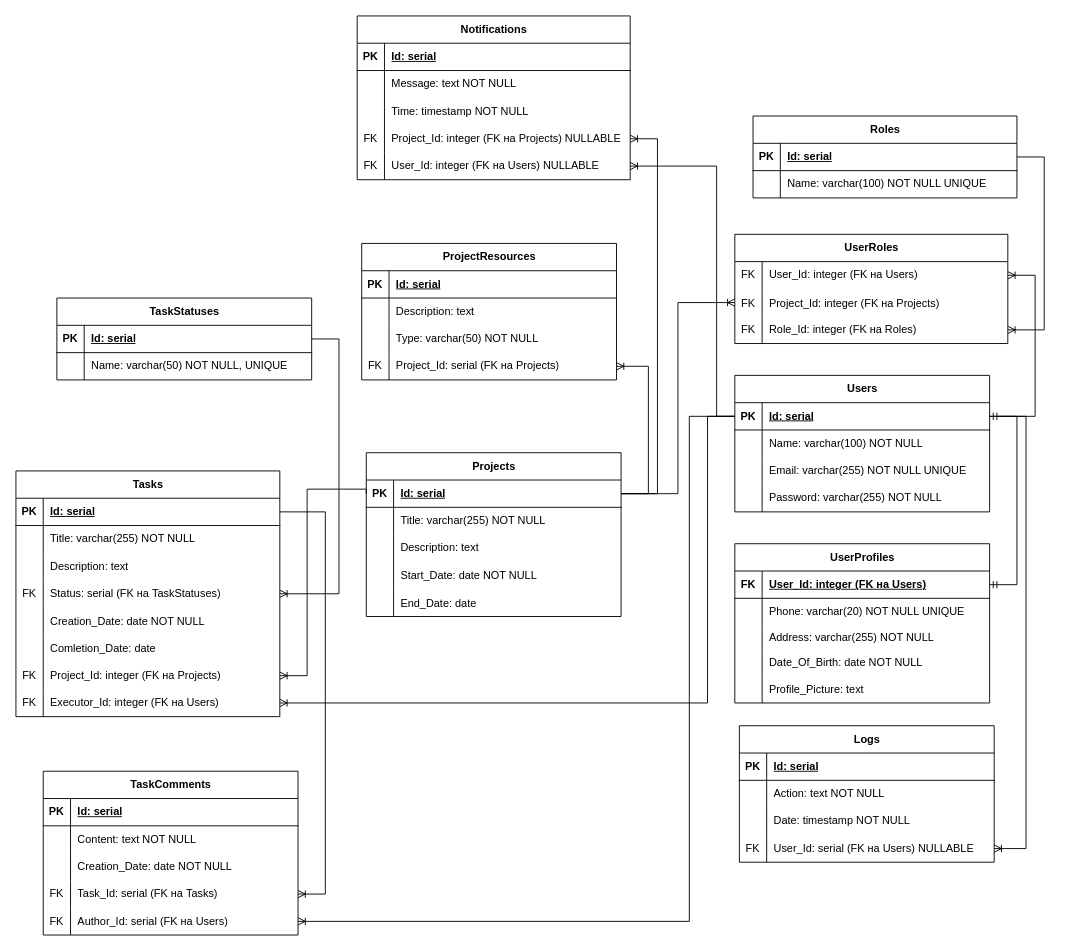
This is DB_scheme.drawio from Pumpardian/DMnDBCS, a draw.io file, before an edit. Source tidied: cells renumbered, new cells numbered last; positions are measured from the earlier drawing's top-left corner, leaving out a move shared by most shapes. Both pictures are drawn from the tidied source at 91%, with x=0, y=0 at pixel (15, 15).
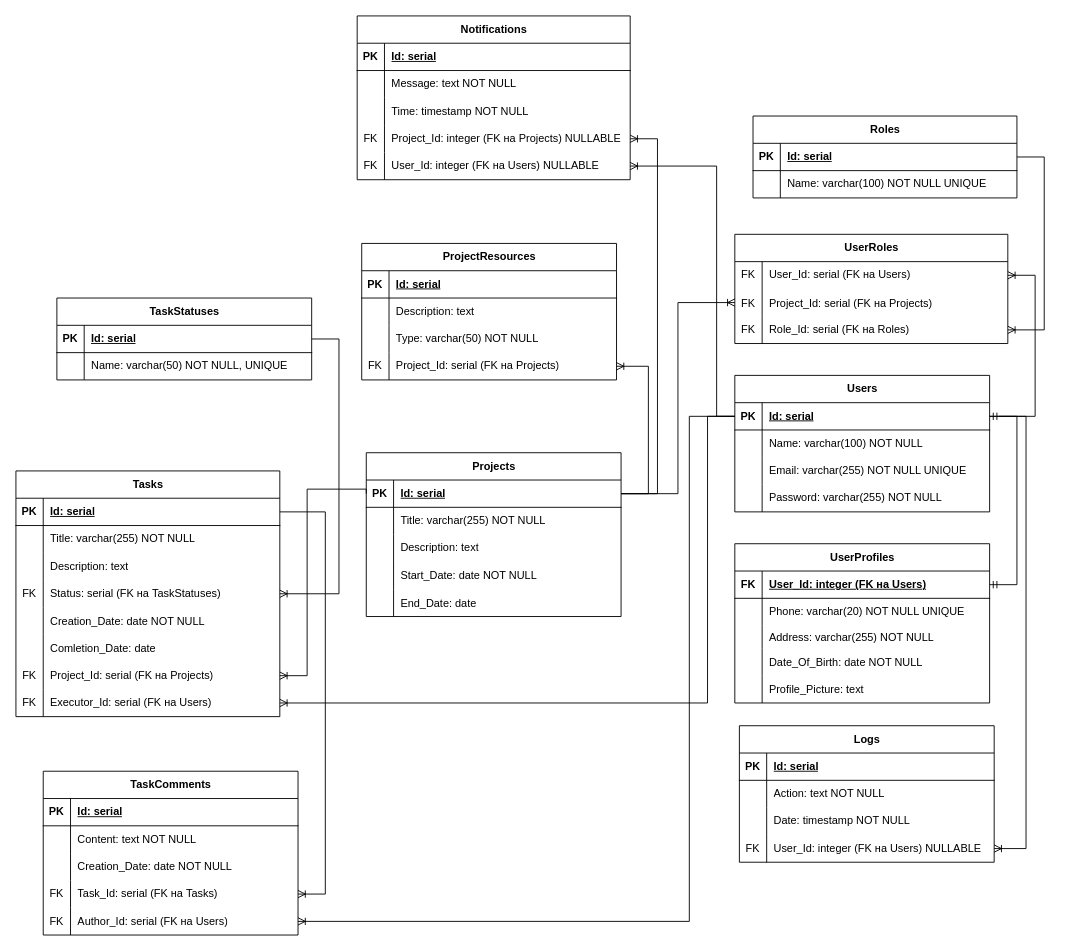
The same diagram, later.

Unchanged cells that the change refers to:
```xml
<mxCell id="41" style="shape=tableRow;horizontal=0;startSize=0;swimlaneHead=0;swimlaneBody=0;fillColor=none;points=[[0,0.5],[1,0.5]];portConstraint=eastwest;top=0;left=0;right=0;bottom=0;" parent="22" vertex="1">
  <mxGeometry y="210" width="290" height="30" as="geometry" />
</mxCell>
<mxCell id="44" style="shape=tableRow;horizontal=0;startSize=0;swimlaneHead=0;swimlaneBody=0;fillColor=none;points=[[0,0.5],[1,0.5]];portConstraint=eastwest;top=0;left=0;right=0;bottom=0;" parent="22" vertex="1">
  <mxGeometry y="240" width="290" height="30" as="geometry" />
</mxCell>
<mxCell id="102" style="shape=tableRow;horizontal=0;startSize=0;swimlaneHead=0;swimlaneBody=0;fillColor=none;points=[[0,0.5],[1,0.5]];portConstraint=eastwest;top=0;left=0;right=0;bottom=0;" parent="92" vertex="1">
  <mxGeometry y="120" width="280" height="30" as="geometry" />
</mxCell>
<mxCell id="138" style="shape=tableRow;horizontal=0;startSize=0;swimlaneHead=0;swimlaneBody=0;fillColor=none;points=[[0,0.5],[1,0.5]];portConstraint=eastwest;top=0;left=0;right=0;bottom=0;" parent="137" vertex="1">
  <mxGeometry y="30" width="300" height="30" as="geometry" />
</mxCell>
<mxCell id="141" style="shape=tableRow;horizontal=0;startSize=0;swimlaneHead=0;swimlaneBody=0;fillColor=none;points=[[0,0.5],[1,0.5]];portConstraint=eastwest;top=0;left=0;right=0;bottom=0;" parent="137" vertex="1">
  <mxGeometry y="60" width="300" height="30" as="geometry" />
</mxCell>
<mxCell id="144" style="shape=tableRow;horizontal=0;startSize=0;swimlaneHead=0;swimlaneBody=0;fillColor=none;points=[[0,0.5],[1,0.5]];portConstraint=eastwest;top=0;left=0;right=0;bottom=0;" parent="137" vertex="1">
  <mxGeometry y="90" width="300" height="30" as="geometry" />
</mxCell>
```

The edit, as a diff of the source:
```diff
@@
-    <mxCell id="43" value="Project_Id: integer (FK на Projects)" style="shape=partialRectangle;fillColor=none;top=0;left=0;bottom=0;right=0;align=left;spacingLeft=6;fontStyle=0;overflow=hidden;whiteSpace=wrap;html=1;" parent="41" vertex="1">
+    <mxCell id="43" value="Project_Id: serial (FK на Projects)" style="shape=partialRectangle;fillColor=none;top=0;left=0;bottom=0;right=0;align=left;spacingLeft=6;fontStyle=0;overflow=hidden;whiteSpace=wrap;html=1;" parent="41" vertex="1">
       <mxGeometry x="30" width="260" height="30" as="geometry" />
     </mxCell>
@@
-    <mxCell id="46" value="Executor_Id: integer (FK на Users)" style="shape=partialRectangle;fillColor=none;top=0;left=0;bottom=0;right=0;align=left;spacingLeft=6;fontStyle=0;overflow=hidden;whiteSpace=wrap;html=1;" parent="44" vertex="1">
+    <mxCell id="46" value="Executor_Id: serial (FK на Users)" style="shape=partialRectangle;fillColor=none;top=0;left=0;bottom=0;right=0;align=left;spacingLeft=6;fontStyle=0;overflow=hidden;whiteSpace=wrap;html=1;" parent="44" vertex="1">
       <mxGeometry x="30" width="260" height="30" as="geometry" />
     </mxCell>
@@
-    <mxCell id="104" value="User_Id: serial (FK на Users) NULLABLE" style="shape=partialRectangle;fillColor=none;top=0;left=0;bottom=0;right=0;align=left;spacingLeft=6;fontStyle=0;overflow=hidden;whiteSpace=wrap;html=1;" parent="102" vertex="1">
+    <mxCell id="104" value="User_Id: integer (FK на Users) NULLABLE" style="shape=partialRectangle;fillColor=none;top=0;left=0;bottom=0;right=0;align=left;spacingLeft=6;fontStyle=0;overflow=hidden;whiteSpace=wrap;html=1;" parent="102" vertex="1">
       <mxGeometry x="30" width="250" height="30" as="geometry" />
     </mxCell>
@@
-    <mxCell id="140" value="User_Id: integer (FK на Users)" style="shape=partialRectangle;fillColor=none;top=0;left=0;bottom=0;right=0;align=left;spacingLeft=6;fontStyle=0;overflow=hidden;whiteSpace=wrap;html=1;" parent="138" vertex="1">
+    <mxCell id="140" value="User_Id: serial (FK на Users)" style="shape=partialRectangle;fillColor=none;top=0;left=0;bottom=0;right=0;align=left;spacingLeft=6;fontStyle=0;overflow=hidden;whiteSpace=wrap;html=1;" parent="138" vertex="1">
       <mxGeometry x="30" width="270" height="30" as="geometry" />
     </mxCell>
@@
-    <mxCell id="143" value="Project_Id: integer (FK на Projects)" style="shape=partialRectangle;fillColor=none;top=0;left=0;bottom=0;right=0;align=left;spacingLeft=6;overflow=hidden;" parent="141" vertex="1">
+    <mxCell id="143" value="Project_Id: serial (FK на Projects)" style="shape=partialRectangle;fillColor=none;top=0;left=0;bottom=0;right=0;align=left;spacingLeft=6;overflow=hidden;" parent="141" vertex="1">
       <mxGeometry x="30" width="270" height="30" as="geometry" />
     </mxCell>
@@
-    <mxCell id="146" value="Role_Id: integer (FK на Roles)" style="shape=partialRectangle;fillColor=none;top=0;left=0;bottom=0;right=0;align=left;spacingLeft=6;fontStyle=0;overflow=hidden;whiteSpace=wrap;html=1;" parent="144" vertex="1">
+    <mxCell id="146" value="Role_Id: serial (FK на Roles)" style="shape=partialRectangle;fillColor=none;top=0;left=0;bottom=0;right=0;align=left;spacingLeft=6;fontStyle=0;overflow=hidden;whiteSpace=wrap;html=1;" parent="144" vertex="1">
       <mxGeometry x="30" width="270" height="30" as="geometry" />
     </mxCell>
```
